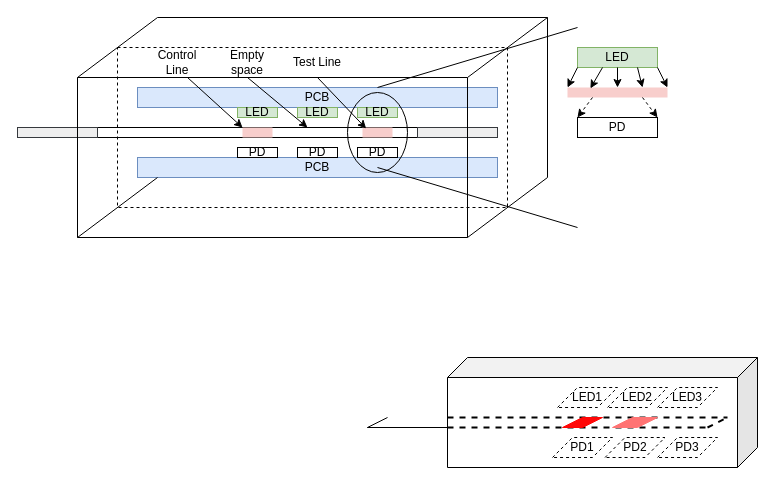
Above: LFA_Graph1.drawio in marsukhongduoi/drawio_files (draw.io), before the change. Source tidied: cells renumbered, new cells numbered last; positions are measured from the earlier drawing's top-left corner, leaving out a move shared by most shapes. Both pictures are drawn from the tidied source at 100%, with x=0, y=0 at pixel (17, 17).
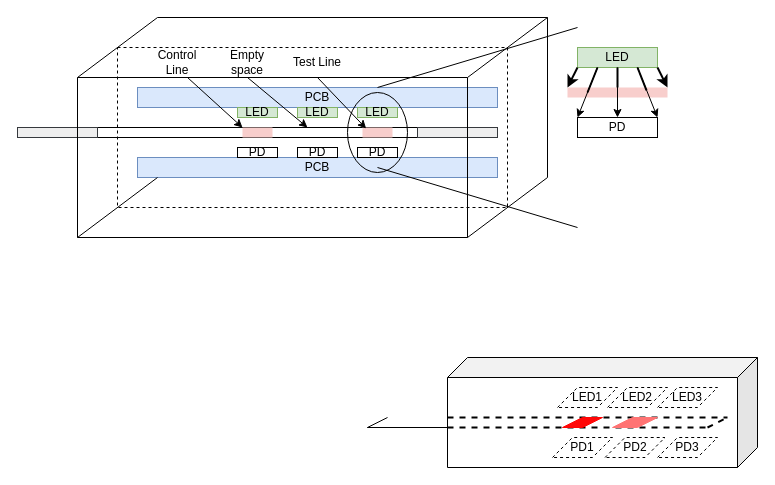
Above is the later version.

Unchanged cells that the change refers to:
```xml
<mxCell id="53" value="LED" style="rounded=0;whiteSpace=wrap;html=1;fillColor=#d5e8d4;strokeColor=#82b366;" parent="1" vertex="1">
  <mxGeometry x="560" y="30" width="80" height="20" as="geometry" />
</mxCell>
<mxCell id="54" style="rounded=0;whiteSpace=wrap;html=1;fillColor=#f8cecc;strokeColor=none;" parent="1" vertex="1">
  <mxGeometry x="550" y="70" width="100" height="10" as="geometry" />
</mxCell>
<mxCell id="55" value="PD" style="rounded=0;whiteSpace=wrap;html=1;" parent="1" vertex="1">
  <mxGeometry x="560" y="100" width="80" height="20" as="geometry" />
</mxCell>
```

Diff of the diagram source:
```diff
@@
-    <mxCell id="56" style="endArrow=classic;html=1;rounded=0;exitX=0;exitY=1;exitDx=0;exitDy=0;entryX=0;entryY=0;entryDx=0;entryDy=0;" parent="1" edge="1" source="53" target="54">
+    <mxCell id="56" style="endArrow=classic;html=1;rounded=0;exitX=0;exitY=1;exitDx=0;exitDy=0;entryX=0;entryY=0;entryDx=0;entryDy=0;strokeWidth=2;" parent="1" edge="1" source="53" target="54">
       <mxGeometry relative="1" as="geometry" />
     </mxCell>
-    <mxCell id="57" style="endArrow=classic;html=1;rounded=0;entryX=1;entryY=0;entryDx=0;entryDy=0;" parent="1" edge="1" target="54">
+    <mxCell id="57" style="endArrow=classic;html=1;rounded=0;entryX=1;entryY=0;entryDx=0;entryDy=0;strokeWidth=2;" parent="1" edge="1" target="54">
       <mxGeometry relative="1" as="geometry">
         <mxPoint x="640" y="50" as="sourcePoint" />
       </mxGeometry>
     </mxCell>
-    <mxCell id="58" style="endArrow=classic;html=1;rounded=0;entryX=0.229;entryY=0.089;entryDx=0;entryDy=0;entryPerimeter=0;" parent="1" edge="1" target="54">
-      <mxGeometry relative="1" as="geometry">
-        <mxPoint x="585" y="50" as="sourcePoint" />
-      </mxGeometry>
-    </mxCell>
-    <mxCell id="59" style="endArrow=classic;html=1;rounded=0;entryX=0.75;entryY=0;entryDx=0;entryDy=0;exitX=0.75;exitY=1;exitDx=0;exitDy=0;" parent="1" edge="1" source="53" target="54">
+    <mxCell id="59" style="endArrow=classic;html=1;rounded=0;entryX=1;entryY=0;entryDx=0;entryDy=0;exitX=0.75;exitY=1;exitDx=0;exitDy=0;" parent="1" edge="1" source="53" target="55">
       <mxGeometry relative="1" as="geometry" />
     </mxCell>
-    <mxCell id="60" style="endArrow=classic;html=1;rounded=0;exitX=0.5;exitY=1;exitDx=0;exitDy=0;entryX=0.5;entryY=0;entryDx=0;entryDy=0;" parent="1" edge="1" source="53" target="54">
+    <mxCell id="60" style="endArrow=classic;html=1;rounded=0;exitX=0.5;exitY=1;exitDx=0;exitDy=0;entryX=0.5;entryY=0;entryDx=0;entryDy=0;strokeWidth=1;" parent="1" edge="1" source="53" target="55">
       <mxGeometry relative="1" as="geometry" />
     </mxCell>
-    <mxCell id="61" style="endArrow=classic;html=1;rounded=0;exitX=0.25;exitY=1;exitDx=0;exitDy=0;entryX=0;entryY=0;entryDx=0;entryDy=0;dashed=1;" parent="1" edge="1" source="54" target="55">
-      <mxGeometry relative="1" as="geometry" />
-    </mxCell>
-    <mxCell id="62" style="endArrow=classic;html=1;rounded=0;exitX=0.75;exitY=1;exitDx=0;exitDy=0;entryX=1;entryY=0;entryDx=0;entryDy=0;dashed=1;" parent="1" edge="1" source="54" target="55">
-      <mxGeometry relative="1" as="geometry" />
-    </mxCell>
+    <mxCell id="63" style="endArrow=none;html=1;rounded=0;entryX=0.25;entryY=1;entryDx=0;entryDy=0;exitX=0;exitY=0;exitDx=0;exitDy=0;endFill=0;startArrow=classic;startFill=1;" parent="1" edge="1" source="55" target="53">
+      <mxGeometry relative="1" as="geometry" />
+    </mxCell>
+    <mxCell id="64" style="endArrow=none;html=1;rounded=0;entryX=0.25;entryY=1;entryDx=0;entryDy=0;strokeWidth=2;" parent="1" edge="1" target="53">
+      <mxGeometry relative="1" as="geometry">
+        <mxPoint x="570" y="75" as="sourcePoint" />
+      </mxGeometry>
+    </mxCell>
+    <mxCell id="65" style="endArrow=none;html=1;rounded=0;entryX=0.75;entryY=1;entryDx=0;entryDy=0;strokeWidth=2;exitX=0.79;exitY=0.28;exitDx=0;exitDy=0;exitPerimeter=0;" parent="1" edge="1" source="54" target="53">
+      <mxGeometry relative="1" as="geometry" />
+    </mxCell>
+    <mxCell id="66" style="endArrow=none;html=1;rounded=0;entryX=0.5;entryY=1;entryDx=0;entryDy=0;strokeWidth=2;" parent="1" edge="1" target="53">
+      <mxGeometry relative="1" as="geometry">
+        <mxPoint x="600" y="70" as="sourcePoint" />
+      </mxGeometry>
+    </mxCell>
```
